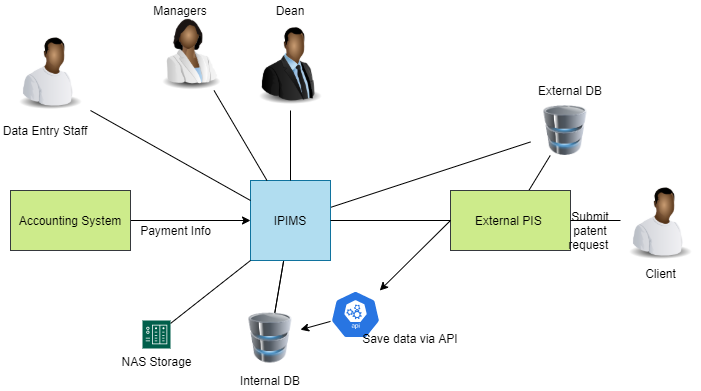
This is Untitled Diagram.png from shpriya-bits/github-upload, a draw.io export, as it was before one commit. Source tidied: cells renumbered, new cells last; positions are measured from the earlier drawing's top-left corner, leaving out a move shared by most shapes. The source it was exported from:
```xml
<mxGraphModel>
  <root>
    <mxCell id="0" />
    <mxCell id="1" parent="0" />
    <mxCell id="2" style="edgeStyle=none;rounded=0;jettySize=auto;html=1;endArrow=none;endFill=0;" parent="1" edge="1" source="5" target="24">
      <mxGeometry relative="1" as="geometry" />
    </mxCell>
    <mxCell id="3" style="edgeStyle=none;rounded=0;jettySize=auto;html=1;endArrow=none;endFill=0;" parent="1" edge="1" source="5" target="24">
      <mxGeometry relative="1" as="geometry" />
    </mxCell>
    <mxCell id="4" style="edgeStyle=none;rounded=0;jettySize=auto;html=1;endArrow=none;endFill=0;startArrow=none;startFill=0;" parent="1" edge="1" source="5" target="21">
      <mxGeometry relative="1" as="geometry" />
    </mxCell>
    <mxCell id="5" value="IPIMS" style="whiteSpace=wrap;html=1;fillColor=#b1ddf0;strokeColor=#10739e;" parent="1" vertex="1">
      <mxGeometry x="250" y="180" width="80" height="80" as="geometry" />
    </mxCell>
    <mxCell id="6" style="edgeStyle=none;rounded=0;jettySize=auto;html=1;startArrow=none;startFill=0;endArrow=none;endFill=0;" parent="1" edge="1" source="7" target="21">
      <mxGeometry relative="1" as="geometry" />
    </mxCell>
    <mxCell id="7" value="External PIS&amp;nbsp;" style="rounded=0;whiteSpace=wrap;html=1;fillColor=#cdeb8b;strokeColor=#36393d;" parent="1" vertex="1">
      <mxGeometry x="450" y="190" width="120" height="60" as="geometry" />
    </mxCell>
    <mxCell id="8" style="endArrow=none;html=1;exitX=0;exitY=0.5;exitDx=0;exitDy=0;entryX=1;entryY=0.5;entryDx=0;entryDy=0;endFill=0;" parent="1" edge="1" source="7" target="5">
      <mxGeometry relative="1" as="geometry" />
    </mxCell>
    <mxCell id="9" style="endArrow=none;html=1;entryX=0.5;entryY=1;entryDx=0;entryDy=0;exitX=0.5;exitY=0;exitDx=0;exitDy=0;" parent="1" edge="1" source="5">
      <mxGeometry relative="1" as="geometry">
        <mxPoint x="290" y="110" as="targetPoint" />
      </mxGeometry>
    </mxCell>
    <mxCell id="10" style="endArrow=none;html=1;entryX=0.5;entryY=1;entryDx=0;entryDy=0;exitX=0;exitY=0.25;exitDx=0;exitDy=0;" parent="1" edge="1" source="5">
      <mxGeometry relative="1" as="geometry">
        <mxPoint x="90" y="110" as="targetPoint" />
      </mxGeometry>
    </mxCell>
    <mxCell id="11" style="image;html=1;image=img/lib/clip_art/people/Worker_Black_128x128.png;" parent="1" vertex="1">
      <mxGeometry x="10" y="30" width="80" height="80" as="geometry" />
    </mxCell>
    <mxCell id="12" value="Data Entry Staff" style="text;html=1;strokeColor=none;fillColor=none;align=center;verticalAlign=middle;whiteSpace=wrap;rounded=0;" parent="1" vertex="1">
      <mxGeometry y="120" width="90" height="20" as="geometry" />
    </mxCell>
    <mxCell id="13" style="edgeStyle=none;rounded=0;jettySize=auto;html=1;startArrow=none;startFill=0;endArrow=none;endFill=0;" parent="1" edge="1" source="14" target="5">
      <mxGeometry relative="1" as="geometry" />
    </mxCell>
    <mxCell id="14" style="image;html=1;image=img/lib/clip_art/people/Scientist_Woman_Black_128x128.png;" parent="1" vertex="1">
      <mxGeometry x="150" y="10" width="80" height="80" as="geometry" />
    </mxCell>
    <mxCell id="15" value="Managers" style="text;html=1;strokeColor=none;fillColor=none;align=center;verticalAlign=middle;whiteSpace=wrap;rounded=0;" parent="1" vertex="1">
      <mxGeometry x="160" width="40" height="20" as="geometry" />
    </mxCell>
    <mxCell id="16" style="image;html=1;image=img/lib/clip_art/people/Suit_Man_Black_128x128.png;" parent="1" vertex="1">
      <mxGeometry x="250" y="25" width="80" height="80" as="geometry" />
    </mxCell>
    <mxCell id="17" value="Dean" style="text;html=1;strokeColor=none;fillColor=none;align=center;verticalAlign=middle;whiteSpace=wrap;rounded=0;" parent="1" vertex="1">
      <mxGeometry x="270" width="40" height="20" as="geometry" />
    </mxCell>
    <mxCell id="18" style="edgeStyle=none;rounded=0;jettySize=auto;html=1;endArrow=none;endFill=0;" parent="1" edge="1" source="19" target="7">
      <mxGeometry relative="1" as="geometry" />
    </mxCell>
    <mxCell id="19" value="Client" style="image;html=1;image=img/lib/clip_art/people/Worker_Black_128x128.png;" parent="1" vertex="1">
      <mxGeometry x="620" y="180" width="80" height="80" as="geometry" />
    </mxCell>
    <mxCell id="20" value="Submit patent request&amp;nbsp;" style="text;html=1;strokeColor=none;fillColor=none;align=center;verticalAlign=middle;whiteSpace=wrap;rounded=0;" parent="1" vertex="1">
      <mxGeometry x="570" y="220" width="40" height="20" as="geometry" />
    </mxCell>
    <mxCell id="21" style="image;html=1;image=img/lib/clip_art/computers/Database_128x128.png;" parent="1" vertex="1">
      <mxGeometry x="530" y="105" width="70" height="50" as="geometry" />
    </mxCell>
    <mxCell id="22" value="External DB" style="text;html=1;strokeColor=none;fillColor=none;align=center;verticalAlign=middle;whiteSpace=wrap;rounded=0;" parent="1" vertex="1">
      <mxGeometry x="535" y="80" width="70" height="20" as="geometry" />
    </mxCell>
    <mxCell id="23" style="edgeStyle=none;rounded=0;jettySize=auto;html=1;endArrow=none;endFill=0;startArrow=classic;startFill=1;" parent="1" edge="1" source="24" target="27">
      <mxGeometry relative="1" as="geometry" />
    </mxCell>
    <mxCell id="24" style="image;html=1;image=img/lib/clip_art/computers/Database_128x128.png;" parent="1" vertex="1">
      <mxGeometry x="240" y="312.5" width="60" height="50" as="geometry" />
    </mxCell>
    <mxCell id="25" value="Internal DB" style="text;html=1;strokeColor=none;fillColor=none;align=center;verticalAlign=middle;whiteSpace=wrap;rounded=0;" parent="1" vertex="1">
      <mxGeometry x="235" y="370" width="70" height="20" as="geometry" />
    </mxCell>
    <mxCell id="26" style="edgeStyle=none;rounded=0;jettySize=auto;html=1;entryX=0;entryY=0.5;entryDx=0;entryDy=0;endArrow=none;endFill=0;startArrow=classic;startFill=1;" parent="1" edge="1" source="27" target="7">
      <mxGeometry relative="1" as="geometry" />
    </mxCell>
    <mxCell id="27" style="html=1;dashed=0;whitespace=wrap;fillColor=#2875E2;strokeColor=#ffffff;points=[[0.005,0.63,0],[0.1,0.2,0],[0.9,0.2,0],[0.5,0,0],[0.995,0.63,0],[0.72,0.99,0],[0.5,1,0],[0.28,0.99,0]];shape=mxgraph.kubernetes.icon;prIcon=api;" parent="1" vertex="1">
      <mxGeometry x="330" y="290" width="50" height="48" as="geometry" />
    </mxCell>
    <mxCell id="28" value="Save data via API" style="text;html=1;strokeColor=none;fillColor=none;align=center;verticalAlign=middle;whiteSpace=wrap;rounded=0;" parent="1" vertex="1">
      <mxGeometry x="350" y="335" width="120" height="5" as="geometry" />
    </mxCell>
    <mxCell id="29" style="edgeStyle=none;rounded=0;jettySize=auto;html=1;entryX=0;entryY=0.5;entryDx=0;entryDy=0;startArrow=none;startFill=0;endArrow=classic;endFill=1;" parent="1" edge="1" source="30" target="5">
      <mxGeometry relative="1" as="geometry" />
    </mxCell>
    <mxCell id="30" value="Accounting System" style="rounded=0;whiteSpace=wrap;html=1;fillColor=#cdeb8b;strokeColor=#36393d;" parent="1" vertex="1">
      <mxGeometry x="10" y="190" width="120" height="60" as="geometry" />
    </mxCell>
    <mxCell id="31" value="Payment Info" style="text;html=1;align=center;verticalAlign=middle;" parent="1" vertex="1">
      <mxGeometry x="130" y="220" width="90" height="20" as="geometry" />
    </mxCell>
    <mxCell id="32" style="edgeStyle=none;rounded=0;jettySize=auto;html=1;entryX=0;entryY=1;entryDx=0;entryDy=0;startArrow=none;startFill=0;endArrow=none;endFill=0;" parent="1" edge="1" source="33" target="5">
      <mxGeometry relative="1" as="geometry" />
    </mxCell>
    <mxCell id="33" value="NAS Storage" style="shadow=0;dashed=0;html=1;strokeColor=none;fillColor=#005F4B;labelPosition=center;verticalLabelPosition=bottom;verticalAlign=top;align=center;outlineConnect=0;shape=mxgraph.veeam2.nas;" parent="1" vertex="1">
      <mxGeometry x="142" y="320" width="28" height="28" as="geometry" />
    </mxCell>
  </root>
</mxGraphModel>
```
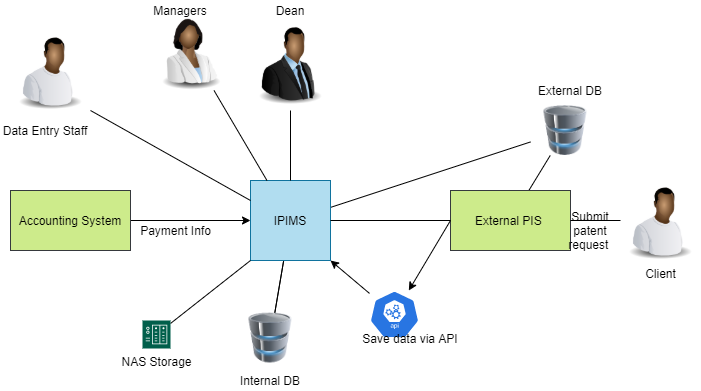
After the change.

Change to the diagram source:
```diff
@@ -69,9 +69,6 @@
     <mxCell id="22" value="External DB" style="text;html=1;strokeColor=none;fillColor=none;align=center;verticalAlign=middle;whiteSpace=wrap;rounded=0;" parent="1" vertex="1">
       <mxGeometry x="535" y="80" width="70" height="20" as="geometry" />
     </mxCell>
-    <mxCell id="23" style="edgeStyle=none;rounded=0;jettySize=auto;html=1;endArrow=none;endFill=0;startArrow=classic;startFill=1;" parent="1" edge="1" source="24" target="27">
-      <mxGeometry relative="1" as="geometry" />
-    </mxCell>
     <mxCell id="24" style="image;html=1;image=img/lib/clip_art/computers/Database_128x128.png;" parent="1" vertex="1">
       <mxGeometry x="240" y="312.5" width="60" height="50" as="geometry" />
     </mxCell>
@@ -81,8 +78,11 @@
     <mxCell id="26" style="edgeStyle=none;rounded=0;jettySize=auto;html=1;entryX=0;entryY=0.5;entryDx=0;entryDy=0;endArrow=none;endFill=0;startArrow=classic;startFill=1;" parent="1" edge="1" source="27" target="7">
       <mxGeometry relative="1" as="geometry" />
     </mxCell>
+    <mxCell id="34" style="rounded=0;jettySize=auto;html=1;entryX=1;entryY=1;entryDx=0;entryDy=0;" parent="1" edge="1" source="27" target="5">
+      <mxGeometry relative="1" as="geometry" />
+    </mxCell>
     <mxCell id="27" style="html=1;dashed=0;whitespace=wrap;fillColor=#2875E2;strokeColor=#ffffff;points=[[0.005,0.63,0],[0.1,0.2,0],[0.9,0.2,0],[0.5,0,0],[0.995,0.63,0],[0.72,0.99,0],[0.5,1,0],[0.28,0.99,0]];shape=mxgraph.kubernetes.icon;prIcon=api;" parent="1" vertex="1">
-      <mxGeometry x="330" y="290" width="50" height="48" as="geometry" />
+      <mxGeometry x="369" y="290" width="50" height="48" as="geometry" />
     </mxCell>
     <mxCell id="28" value="Save data via API" style="text;html=1;strokeColor=none;fillColor=none;align=center;verticalAlign=middle;whiteSpace=wrap;rounded=0;" parent="1" vertex="1">
       <mxGeometry x="350" y="335" width="120" height="5" as="geometry" />
```
